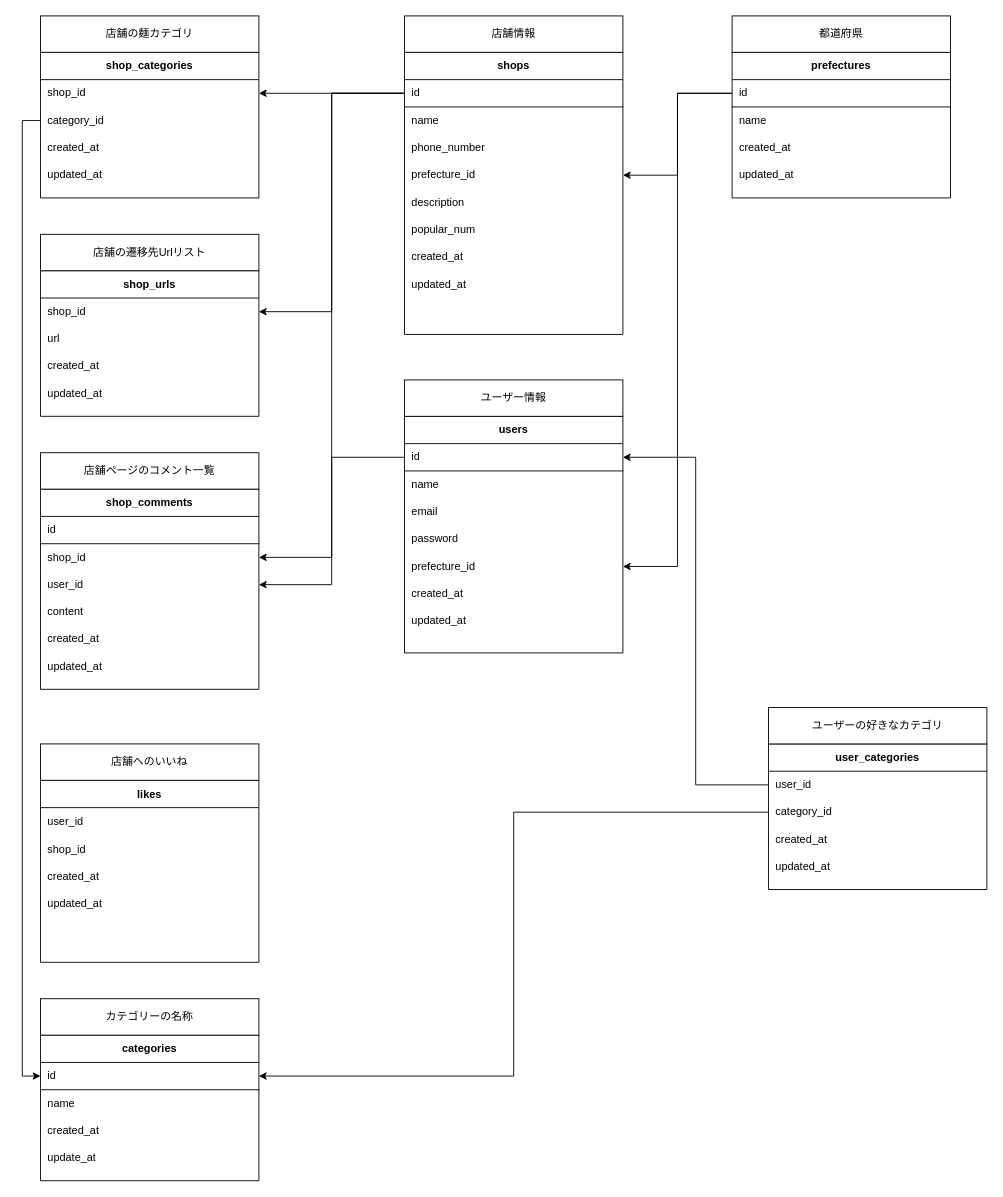
Above: er.dio in ny-bin/r-men-front (draw.io), before the change. Source tidied: cells renumbered, new cells numbered last; positions are measured from the earlier drawing's top-left corner, leaving out a move shared by most shapes. Both pictures are drawn from the tidied source at 91%, with x=0, y=0 at pixel (40, 15).
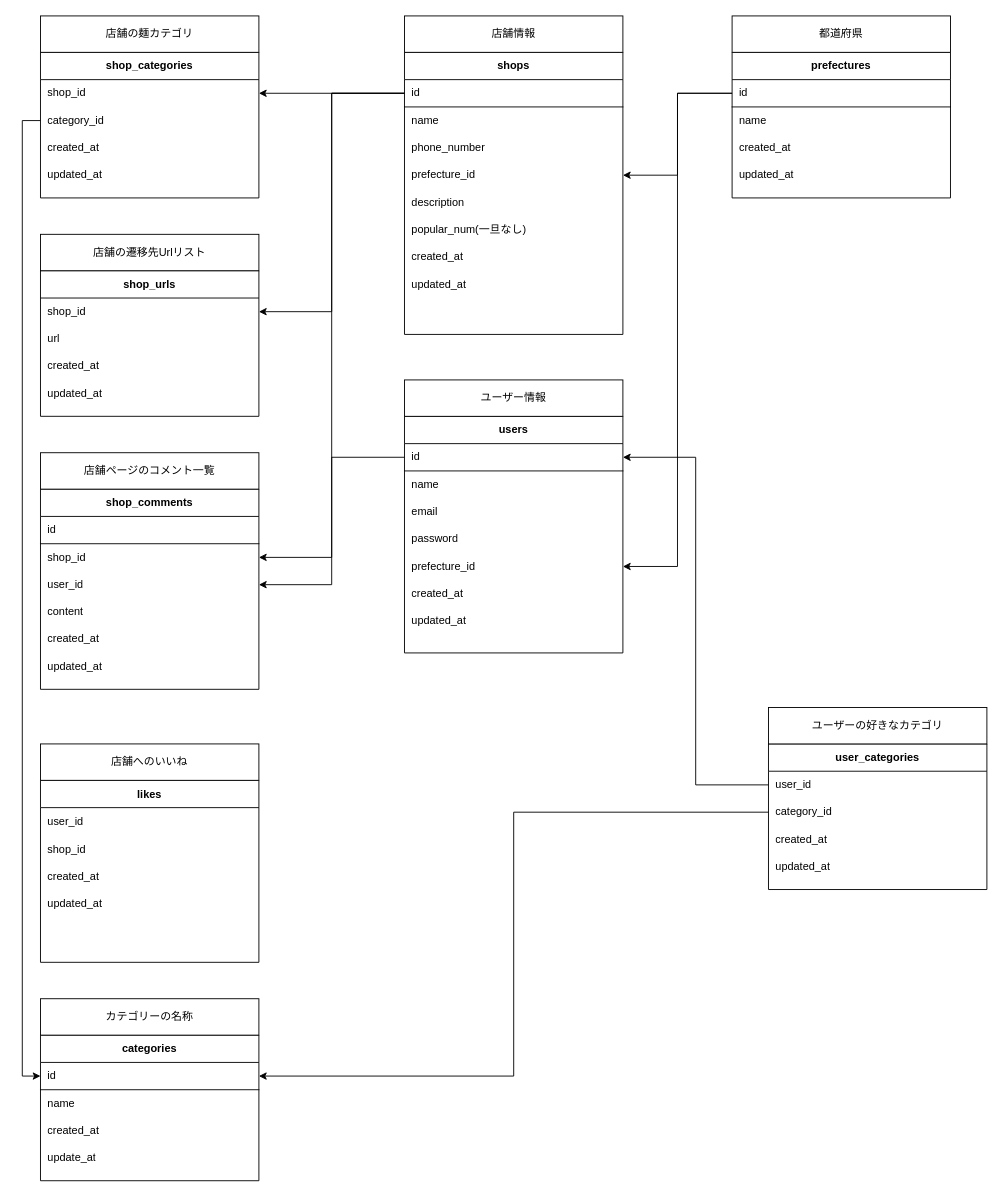
After the change.

The change refers to these unchanged cells:
```xml
<mxCell id="13" style="shape=partialRectangle;html=1;whiteSpace=wrap;fillColor=none;top=0;left=0;bottom=0;right=0;" parent="2" vertex="1">
  <mxGeometry y="180" width="240" height="30" as="geometry" />
</mxCell>
```

What changed in the source:
```diff
@@
-    <mxCell id="14" value="popular_num" style="shape=partialRectangle;html=1;whiteSpace=wrap;fillColor=none;top=0;left=0;bottom=0;right=0;align=left;spacingLeft=6;overflow=hidden;" parent="13" vertex="1">
+    <mxCell id="14" value="popular_num(一旦なし)" style="shape=partialRectangle;html=1;whiteSpace=wrap;fillColor=none;top=0;left=0;bottom=0;right=0;align=left;spacingLeft=6;overflow=hidden;" parent="13" vertex="1">
       <mxGeometry width="240" height="30" as="geometry" />
     </mxCell>
```
